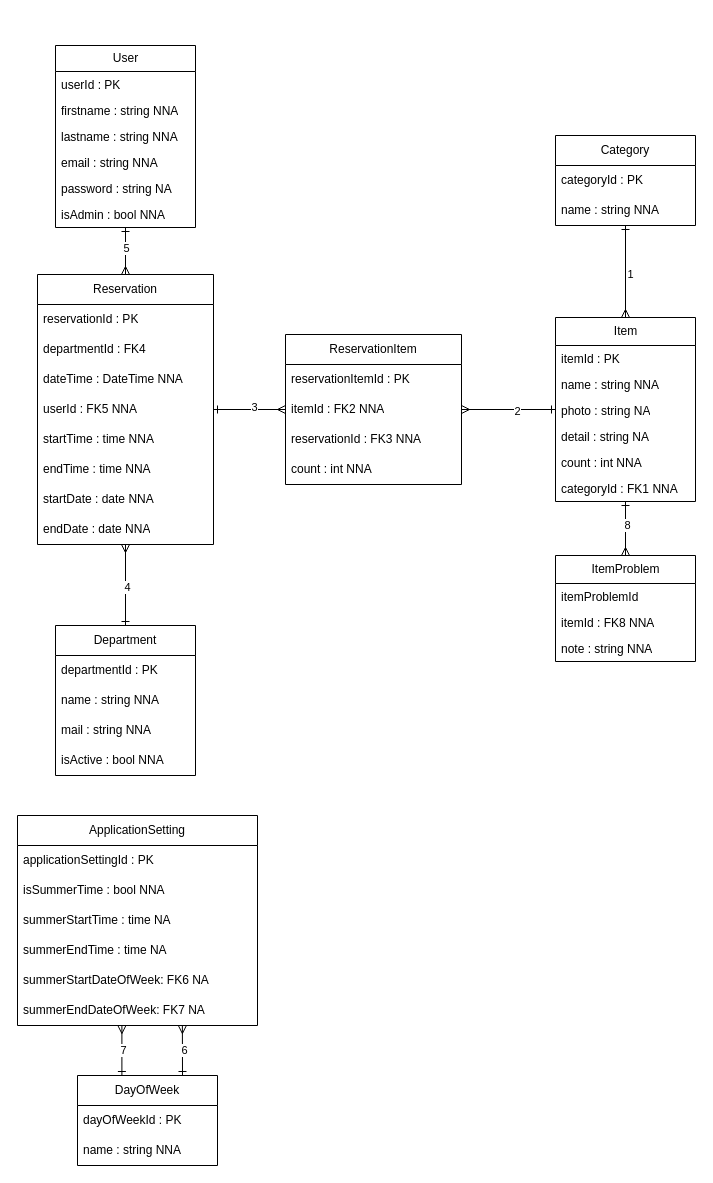
This is documents/files/ERD.drawio from Thomas-More-Digital-Innovation/2627-waai-006-Asset-Tracking-Tool, a draw.io file, before an edit. Source tidied: cells renumbered, new cells numbered last; positions are measured from the earlier drawing's top-left corner, leaving out a move shared by most shapes. Both pictures are drawn from the tidied source at 100%, with x=0, y=0 at pixel (17, 45).
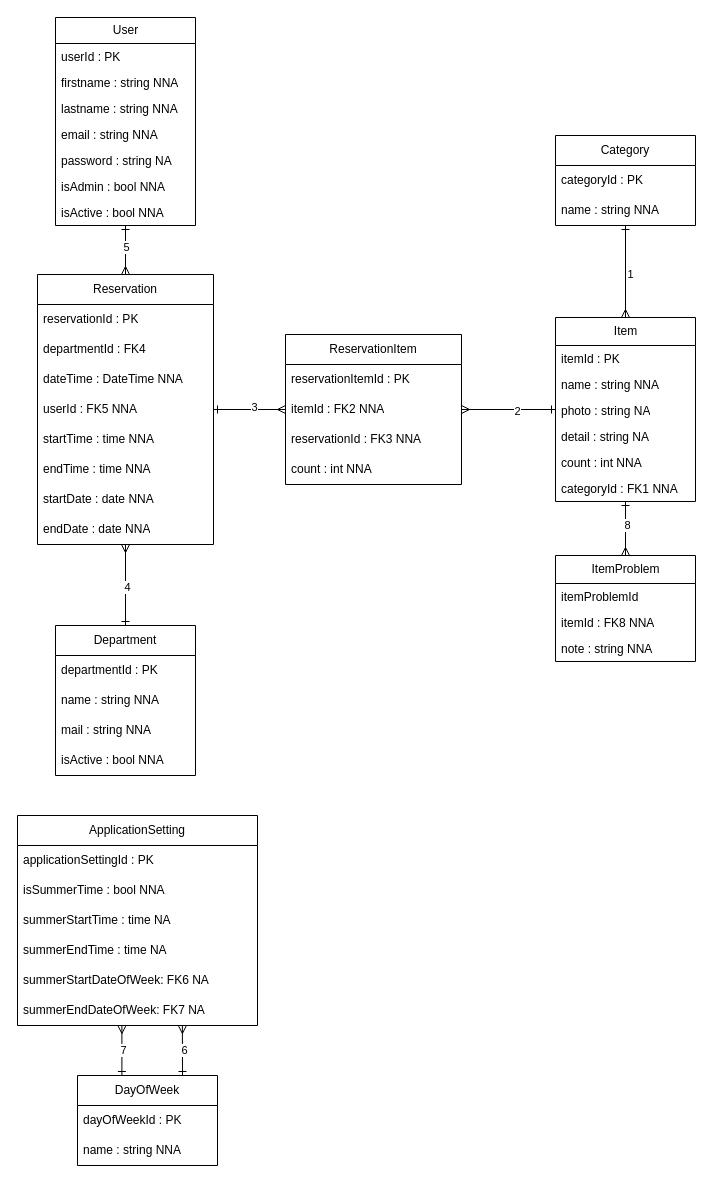
Above is the later version.

What changed in the source:
```diff
@@
     <mxCell id="4" value="User" style="swimlane;fontStyle=0;horizontal=1;startSize=26;fillColor=none;html=1;" parent="1" vertex="1">
-      <mxGeometry x="38" width="140" height="182" as="geometry" />
+      <mxGeometry x="38" y="-28" width="140" height="208" as="geometry" />
     </mxCell>
@@
+    <mxCell id="68" value="isActive : bool NNA" style="text;strokeColor=none;fillColor=none;align=left;verticalAlign=top;spacingLeft=4;spacingRight=4;overflow=hidden;whiteSpace=wrap;html=1;" parent="4" vertex="1">
+      <mxGeometry y="182" width="140" height="26" as="geometry" />
+    </mxCell>
```
